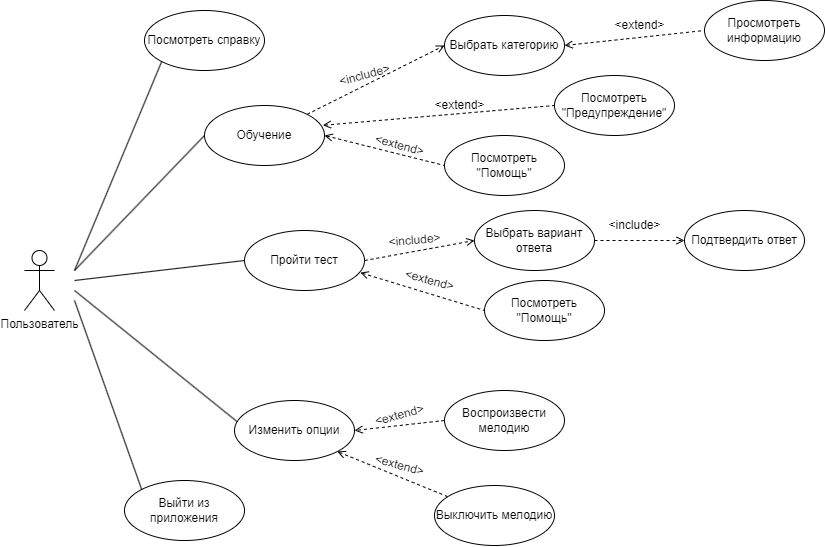
Angellina-Kot/First-aid keeps this draw.io diagram as ГЧ/ДВИ.png. Above is the earlier version. Source tidied: cells renumbered, new cells last; positions are measured from the earlier drawing's top-left corner, leaving out a move shared by most shapes.
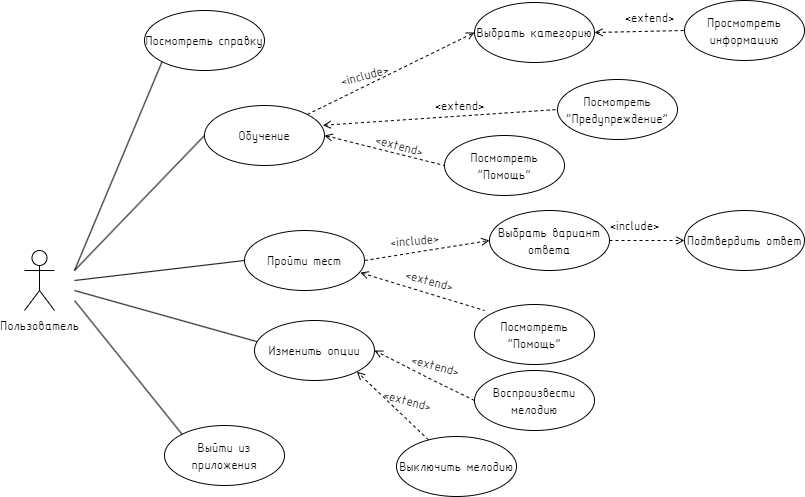
Later version of the same file.

Diff of the diagram source:
```diff
@@ -2,131 +2,135 @@
   <root>
     <mxCell id="0" />
     <mxCell id="1" parent="0" />
-    <mxCell id="2" style="rounded=0;jettySize=auto;html=1;endArrow=none;endFill=0;entryX=0;entryY=0.5;entryDx=0;entryDy=0;" parent="1" edge="1" target="8">
+    <mxCell id="2" style="rounded=0;jettySize=auto;html=1;endArrow=none;endFill=0;entryX=0;entryY=0.5;entryDx=0;entryDy=0;fontFamily=Isocpeur;strokeWidth=1;fontSize=14;" parent="1" edge="1" target="8">
       <mxGeometry relative="1" as="geometry">
         <mxPoint x="50" y="270" as="sourcePoint" />
       </mxGeometry>
     </mxCell>
-    <mxCell id="3" value="Пользователь" style="shape=umlActor;verticalLabelPosition=bottom;verticalAlign=top;html=1;" parent="1" vertex="1">
+    <mxCell id="3" value="Пользователь" style="shape=umlActor;verticalLabelPosition=bottom;verticalAlign=top;html=1;fontFamily=Isocpeur;strokeWidth=1;fontSize=14;" parent="1" vertex="1">
       <mxGeometry y="250" width="30" height="60" as="geometry" />
     </mxCell>
-    <mxCell id="4" value="Пройти тест" style="ellipse;whiteSpace=wrap;html=1;" parent="1" vertex="1">
+    <mxCell id="4" value="Пройти тест" style="ellipse;whiteSpace=wrap;html=1;fontFamily=Isocpeur;strokeWidth=1;fontSize=14;" parent="1" vertex="1">
       <mxGeometry x="220" y="230" width="120" height="60" as="geometry" />
     </mxCell>
-    <mxCell id="5" value="Изменить опции" style="ellipse;whiteSpace=wrap;html=1;" parent="1" vertex="1">
-      <mxGeometry x="210" y="400" width="120" height="60" as="geometry" />
+    <mxCell id="5" value="Изменить опции" style="ellipse;whiteSpace=wrap;html=1;fontFamily=Isocpeur;strokeWidth=1;fontSize=14;" parent="1" vertex="1">
+      <mxGeometry x="230" y="320" width="120" height="60" as="geometry" />
     </mxCell>
-    <mxCell id="6" value="Выйти из приложения" style="ellipse;whiteSpace=wrap;html=1;" parent="1" vertex="1">
-      <mxGeometry x="100" y="480" width="120" height="60" as="geometry" />
+    <mxCell id="6" value="Выйти из приложения" style="ellipse;whiteSpace=wrap;html=1;fontFamily=Isocpeur;strokeWidth=1;fontSize=14;" parent="1" vertex="1">
+      <mxGeometry x="140" y="425" width="120" height="60" as="geometry" />
     </mxCell>
-    <mxCell id="7" style="rounded=0;jettySize=auto;html=1;entryX=0;entryY=0.5;entryDx=0;entryDy=0;dashed=1;endArrow=open;endFill=0;" parent="1" edge="1" source="8" target="12">
+    <mxCell id="7" style="rounded=0;jettySize=auto;html=1;entryX=0;entryY=0.5;entryDx=0;entryDy=0;dashed=1;endArrow=open;endFill=0;fontFamily=Isocpeur;strokeWidth=1;fontSize=14;" parent="1" edge="1" source="8" target="12">
       <mxGeometry relative="1" as="geometry" />
     </mxCell>
-    <mxCell id="8" value="Обучение" style="ellipse;whiteSpace=wrap;html=1;" parent="1" vertex="1">
+    <mxCell id="8" value="Обучение" style="ellipse;whiteSpace=wrap;html=1;fontFamily=Isocpeur;strokeWidth=1;fontSize=14;" parent="1" vertex="1">
       <mxGeometry x="180" y="105" width="120" height="60" as="geometry" />
     </mxCell>
-    <mxCell id="9" style="rounded=0;jettySize=auto;html=1;endArrow=none;endFill=0;entryX=0;entryY=0.5;entryDx=0;entryDy=0;" parent="1" edge="1" target="4">
+    <mxCell id="9" style="rounded=0;jettySize=auto;html=1;endArrow=none;endFill=0;entryX=0;entryY=0.5;entryDx=0;entryDy=0;fontFamily=Isocpeur;strokeWidth=1;fontSize=14;" parent="1" edge="1" target="4">
       <mxGeometry relative="1" as="geometry">
         <mxPoint x="50" y="280" as="sourcePoint" />
       </mxGeometry>
     </mxCell>
-    <mxCell id="10" style="rounded=0;jettySize=auto;html=1;endArrow=none;endFill=0;entryX=0.022;entryY=0.353;entryDx=0;entryDy=0;entryPerimeter=0;" parent="1" edge="1" target="5">
+    <mxCell id="10" style="rounded=0;jettySize=auto;html=1;endArrow=none;endFill=0;entryX=0.022;entryY=0.353;entryDx=0;entryDy=0;entryPerimeter=0;fontFamily=Isocpeur;strokeWidth=1;fontSize=14;" parent="1" edge="1" target="5">
       <mxGeometry relative="1" as="geometry">
         <mxPoint x="50" y="290" as="sourcePoint" />
       </mxGeometry>
     </mxCell>
-    <mxCell id="11" style="rounded=0;jettySize=auto;html=1;endArrow=none;endFill=0;entryX=0;entryY=0;entryDx=0;entryDy=0;" parent="1" edge="1" target="6">
+    <mxCell id="11" style="rounded=0;jettySize=auto;html=1;endArrow=none;endFill=0;entryX=0;entryY=0;entryDx=0;entryDy=0;fontFamily=Isocpeur;strokeWidth=1;fontSize=14;" parent="1" edge="1" target="6">
       <mxGeometry relative="1" as="geometry">
         <mxPoint x="50" y="300" as="sourcePoint" />
       </mxGeometry>
     </mxCell>
-    <mxCell id="12" value="Выбрать категорию" style="ellipse;whiteSpace=wrap;html=1;" parent="1" vertex="1">
-      <mxGeometry x="420" y="15" width="120" height="60" as="geometry" />
+    <mxCell id="12" value="Выбрать категорию" style="ellipse;whiteSpace=wrap;html=1;fontFamily=Isocpeur;strokeWidth=1;fontSize=14;" parent="1" vertex="1">
+      <mxGeometry x="450" y="2" width="120" height="60" as="geometry" />
     </mxCell>
-    <mxCell id="13" value="&amp;lt;include&amp;gt;" style="text;html=1;align=center;verticalAlign=middle;strokeColor=none;fillColor=none;rotation=-15;" parent="1" vertex="1">
-      <mxGeometry x="300" y="60" width="80" height="30" as="geometry" />
+    <mxCell id="13" value="&amp;lt;include&amp;gt;" style="text;html=1;align=center;verticalAlign=middle;strokeColor=none;fillColor=none;rotation=-15;fontFamily=Isocpeur;strokeWidth=1;fontSize=14;" parent="1" vertex="1">
+      <mxGeometry x="305" y="60" width="70" height="30" as="geometry" />
     </mxCell>
-    <mxCell id="14" value="&amp;lt;extend&amp;gt;" style="text;html=1;align=center;verticalAlign=middle;strokeColor=none;fillColor=none;rotation=15;" parent="1" vertex="1">
+    <mxCell id="14" value="&amp;lt;extend&amp;gt;" style="text;html=1;align=center;verticalAlign=middle;strokeColor=none;fillColor=none;rotation=15;fontFamily=Isocpeur;strokeWidth=1;fontSize=14;" parent="1" vertex="1">
       <mxGeometry x="340" y="130" width="70" height="30" as="geometry" />
     </mxCell>
-    <mxCell id="15" style="rounded=0;jettySize=auto;html=1;entryX=0;entryY=0.5;entryDx=0;entryDy=0;dashed=1;endArrow=none;endFill=0;exitX=1;exitY=0.5;exitDx=0;exitDy=0;startArrow=open;startFill=0;" parent="1" edge="1" source="8" target="31">
+    <mxCell id="15" style="rounded=0;jettySize=auto;html=1;entryX=0;entryY=0.5;entryDx=0;entryDy=0;dashed=1;endArrow=none;endFill=0;exitX=1;exitY=0.5;exitDx=0;exitDy=0;startArrow=open;startFill=0;fontFamily=Isocpeur;strokeWidth=1;fontSize=14;" parent="1" edge="1" source="8" target="31">
       <mxGeometry relative="1" as="geometry" />
     </mxCell>
-    <mxCell id="16" value="Воспроизвести мелодию" style="ellipse;whiteSpace=wrap;html=1;" parent="1" vertex="1">
-      <mxGeometry x="420" y="390" width="120" height="60" as="geometry" />
+    <mxCell id="16" value="Воспроизвести мелодию" style="ellipse;whiteSpace=wrap;html=1;fontFamily=Isocpeur;strokeWidth=1;fontSize=14;" parent="1" vertex="1">
+      <mxGeometry x="450" y="370" width="120" height="60" as="geometry" />
     </mxCell>
-    <mxCell id="17" style="rounded=0;jettySize=auto;html=1;entryX=1;entryY=1;entryDx=0;entryDy=0;dashed=1;startArrow=none;startFill=0;endArrow=open;endFill=0;" parent="1" edge="1" source="18" target="5">
+    <mxCell id="17" style="rounded=0;jettySize=auto;html=1;entryX=1;entryY=1;entryDx=0;entryDy=0;dashed=1;startArrow=none;startFill=0;endArrow=open;endFill=0;fontFamily=Isocpeur;strokeWidth=1;fontSize=14;" parent="1" edge="1" source="18" target="5">
       <mxGeometry relative="1" as="geometry" />
     </mxCell>
-    <mxCell id="18" value="Выключить мелодию" style="ellipse;whiteSpace=wrap;html=1;" parent="1" vertex="1">
-      <mxGeometry x="410" y="485" width="120" height="60" as="geometry" />
+    <mxCell id="18" value="Выключить мелодию" style="ellipse;whiteSpace=wrap;html=1;fontFamily=Isocpeur;strokeWidth=1;fontSize=14;" parent="1" vertex="1">
+      <mxGeometry x="372" y="436" width="120" height="60" as="geometry" />
     </mxCell>
-    <mxCell id="19" value="&amp;lt;extend&amp;gt;" style="text;html=1;align=center;verticalAlign=middle;strokeColor=none;fillColor=none;rotation=15;" parent="1" vertex="1">
-      <mxGeometry x="340" y="450" width="70" height="30" as="geometry" />
+    <mxCell id="19" value="&amp;lt;extend&amp;gt;" style="text;html=1;align=center;verticalAlign=middle;strokeColor=none;fillColor=none;rotation=15;fontFamily=Isocpeur;strokeWidth=1;fontSize=14;" parent="1" vertex="1">
+      <mxGeometry x="376" y="350" width="70" height="30" as="geometry" />
     </mxCell>
-    <mxCell id="20" style="rounded=0;jettySize=auto;html=1;entryX=1;entryY=0.5;entryDx=0;entryDy=0;dashed=1;exitX=0;exitY=0.5;exitDx=0;exitDy=0;startArrow=none;startFill=0;endArrow=open;endFill=0;" parent="1" edge="1" source="16" target="5">
-      <mxGeometry relative="1" as="geometry" />
-    </mxCell>
-    <mxCell id="21" value="&amp;lt;extend&amp;gt;" style="text;html=1;align=center;verticalAlign=middle;strokeColor=none;fillColor=none;rotation=-15;" parent="1" vertex="1">
-      <mxGeometry x="340" y="400" width="70" height="30" as="geometry" />
-    </mxCell>
-    <mxCell id="22" style="rounded=0;jettySize=auto;html=1;entryX=0;entryY=0.5;entryDx=0;entryDy=0;dashed=1;endArrow=open;endFill=0;exitX=1;exitY=0.5;exitDx=0;exitDy=0;" parent="1" edge="1" source="4" target="23">
+    <mxCell id="22" style="rounded=0;jettySize=auto;html=1;entryX=0;entryY=0.5;entryDx=0;entryDy=0;dashed=1;endArrow=open;endFill=0;exitX=1;exitY=0.5;exitDx=0;exitDy=0;fontFamily=Isocpeur;strokeWidth=1;fontSize=14;" parent="1" edge="1" source="4" target="23">
       <mxGeometry relative="1" as="geometry" />
     </mxCell>
-    <mxCell id="23" value="Выбрать вариант ответа" style="ellipse;whiteSpace=wrap;html=1;" parent="1" vertex="1">
-      <mxGeometry x="450" y="210" width="120" height="60" as="geometry" />
+    <mxCell id="23" value="Выбрать вариант ответа" style="ellipse;whiteSpace=wrap;html=1;fontFamily=Isocpeur;strokeWidth=1;fontSize=14;" parent="1" vertex="1">
+      <mxGeometry x="465" y="210" width="120" height="60" as="geometry" />
     </mxCell>
-    <mxCell id="24" value="&amp;lt;include&amp;gt;" style="text;html=1;align=center;verticalAlign=middle;strokeColor=none;fillColor=none;rotation=-5;" parent="1" vertex="1">
-      <mxGeometry x="350" y="225" width="80" height="30" as="geometry" />
+    <mxCell id="24" value="&amp;lt;include&amp;gt;" style="text;html=1;align=center;verticalAlign=middle;strokeColor=none;fillColor=none;rotation=-5;fontFamily=Isocpeur;strokeWidth=1;fontSize=14;" parent="1" vertex="1">
+      <mxGeometry x="355" y="225" width="70" height="30" as="geometry" />
     </mxCell>
-    <mxCell id="25" value="Подтвердить ответ" style="ellipse;whiteSpace=wrap;html=1;" parent="1" vertex="1">
+    <mxCell id="25" value="Подтвердить ответ" style="ellipse;whiteSpace=wrap;html=1;fontFamily=Isocpeur;strokeWidth=1;fontSize=14;" parent="1" vertex="1">
       <mxGeometry x="660" y="210" width="120" height="60" as="geometry" />
     </mxCell>
-    <mxCell id="26" style="rounded=0;jettySize=auto;html=1;entryX=0;entryY=0.5;entryDx=0;entryDy=0;dashed=1;endArrow=open;endFill=0;exitX=1;exitY=0.5;exitDx=0;exitDy=0;" parent="1" edge="1" source="23" target="25">
+    <mxCell id="26" style="rounded=0;jettySize=auto;html=1;entryX=0;entryY=0.5;entryDx=0;entryDy=0;dashed=1;endArrow=open;endFill=0;exitX=1;exitY=0.5;exitDx=0;exitDy=0;fontFamily=Isocpeur;strokeWidth=1;fontSize=14;" parent="1" edge="1" source="23" target="25">
       <mxGeometry relative="1" as="geometry" />
     </mxCell>
-    <mxCell id="27" value="&amp;lt;include&amp;gt;" style="text;html=1;align=center;verticalAlign=middle;strokeColor=none;fillColor=none;rotation=0;" parent="1" vertex="1">
-      <mxGeometry x="570" y="210" width="80" height="30" as="geometry" />
+    <mxCell id="27" value="&amp;lt;include&amp;gt;" style="text;html=1;align=center;verticalAlign=middle;strokeColor=none;fillColor=none;rotation=0;fontFamily=Isocpeur;strokeWidth=1;fontSize=14;" parent="1" vertex="1">
+      <mxGeometry x="575" y="210" width="70" height="30" as="geometry" />
     </mxCell>
-    <mxCell id="28" value="Посмотреть &quot;Помощь&quot;" style="ellipse;whiteSpace=wrap;html=1;" parent="1" vertex="1">
-      <mxGeometry x="460" y="280" width="120" height="60" as="geometry" />
+    <mxCell id="28" value="Посмотреть &quot;Помощь&quot;" style="ellipse;whiteSpace=wrap;html=1;fontFamily=Isocpeur;strokeWidth=1;fontSize=14;" parent="1" vertex="1">
+      <mxGeometry x="450" y="304" width="120" height="60" as="geometry" />
     </mxCell>
-    <mxCell id="29" style="rounded=0;jettySize=auto;html=1;entryX=0;entryY=0.5;entryDx=0;entryDy=0;dashed=1;endArrow=none;endFill=0;exitX=0.965;exitY=0.703;exitDx=0;exitDy=0;exitPerimeter=0;startArrow=open;startFill=0;" parent="1" edge="1" source="4">
+    <mxCell id="29" style="rounded=0;jettySize=auto;html=1;entryX=0;entryY=0.5;entryDx=0;entryDy=0;dashed=1;endArrow=none;endFill=0;exitX=0.965;exitY=0.703;exitDx=0;exitDy=0;exitPerimeter=0;startArrow=open;startFill=0;fontFamily=Isocpeur;strokeWidth=1;fontSize=14;" parent="1" edge="1" source="4">
       <mxGeometry relative="1" as="geometry">
         <mxPoint x="460" y="310" as="targetPoint" />
       </mxGeometry>
     </mxCell>
-    <mxCell id="30" value="&amp;lt;extend&amp;gt;" style="text;html=1;align=center;verticalAlign=middle;strokeColor=none;fillColor=none;rotation=15;" parent="1" vertex="1">
+    <mxCell id="30" value="&amp;lt;extend&amp;gt;" style="text;html=1;align=center;verticalAlign=middle;strokeColor=none;fillColor=none;rotation=15;fontFamily=Isocpeur;strokeWidth=1;fontSize=14;" parent="1" vertex="1">
       <mxGeometry x="370" y="265" width="70" height="30" as="geometry" />
     </mxCell>
-    <mxCell id="31" value="Посмотреть &quot;Помощь&quot;" style="ellipse;whiteSpace=wrap;html=1;" parent="1" vertex="1">
+    <mxCell id="31" value="Посмотреть &quot;Помощь&quot;" style="ellipse;whiteSpace=wrap;html=1;fontFamily=Isocpeur;strokeWidth=1;fontSize=14;" parent="1" vertex="1">
       <mxGeometry x="420" y="135" width="120" height="60" as="geometry" />
     </mxCell>
-    <mxCell id="32" value="Посмотреть &quot;Предупреждение&quot;" style="ellipse;whiteSpace=wrap;html=1;" parent="1" vertex="1">
-      <mxGeometry x="530" y="75" width="120" height="60" as="geometry" />
+    <mxCell id="32" value="Посмотреть &quot;Предупреждение&quot;" style="ellipse;whiteSpace=wrap;html=1;fontFamily=Isocpeur;strokeWidth=1;fontSize=14;" parent="1" vertex="1">
+      <mxGeometry x="533" y="79" width="120" height="60" as="geometry" />
     </mxCell>
-    <mxCell id="33" style="rounded=0;jettySize=auto;html=1;entryX=0;entryY=0.5;entryDx=0;entryDy=0;dashed=1;endArrow=none;endFill=0;exitX=0.986;exitY=0.33;exitDx=0;exitDy=0;startArrow=open;startFill=0;exitPerimeter=0;" parent="1" edge="1" source="8" target="32">
+    <mxCell id="33" style="rounded=0;jettySize=auto;html=1;entryX=0;entryY=0.5;entryDx=0;entryDy=0;dashed=1;endArrow=none;endFill=0;exitX=0.986;exitY=0.33;exitDx=0;exitDy=0;startArrow=open;startFill=0;exitPerimeter=0;fontFamily=Isocpeur;strokeWidth=1;fontSize=14;" parent="1" edge="1" source="8" target="32">
       <mxGeometry relative="1" as="geometry" />
     </mxCell>
-    <mxCell id="34" value="&amp;lt;extend&amp;gt;" style="text;html=1;align=center;verticalAlign=middle;strokeColor=none;fillColor=none;rotation=0;" parent="1" vertex="1">
+    <mxCell id="34" value="&amp;lt;extend&amp;gt;" style="text;html=1;align=center;verticalAlign=middle;strokeColor=none;fillColor=none;rotation=0;fontFamily=Isocpeur;strokeWidth=1;fontSize=14;" parent="1" vertex="1">
       <mxGeometry x="400" y="90" width="70" height="30" as="geometry" />
     </mxCell>
-    <mxCell id="35" value="Просмотреть информацию" style="ellipse;whiteSpace=wrap;html=1;" parent="1" vertex="1">
-      <mxGeometry x="680" width="120" height="60" as="geometry" />
+    <mxCell id="35" value="Просмотреть информацию" style="ellipse;whiteSpace=wrap;html=1;fontFamily=Isocpeur;strokeWidth=1;fontSize=14;" parent="1" vertex="1">
+      <mxGeometry x="660" width="120" height="60" as="geometry" />
     </mxCell>
-    <mxCell id="36" style="rounded=0;jettySize=auto;html=1;entryX=0;entryY=0.5;entryDx=0;entryDy=0;dashed=1;endArrow=none;endFill=0;exitX=1;exitY=0.5;exitDx=0;exitDy=0;startArrow=open;startFill=0;" parent="1" edge="1" source="12" target="35">
+    <mxCell id="36" style="rounded=0;jettySize=auto;html=1;entryX=0;entryY=0.5;entryDx=0;entryDy=0;dashed=1;endArrow=none;endFill=0;exitX=1;exitY=0.5;exitDx=0;exitDy=0;startArrow=open;startFill=0;fontFamily=Isocpeur;strokeWidth=1;fontSize=14;" parent="1" edge="1" source="12" target="35">
       <mxGeometry relative="1" as="geometry" />
     </mxCell>
-    <mxCell id="37" value="&amp;lt;extend&amp;gt;" style="text;html=1;align=center;verticalAlign=middle;strokeColor=none;fillColor=none;rotation=0;" parent="1" vertex="1">
-      <mxGeometry x="580" y="10" width="70" height="30" as="geometry" />
+    <mxCell id="37" value="&amp;lt;extend&amp;gt;" style="text;html=1;align=center;verticalAlign=middle;strokeColor=none;fillColor=none;rotation=0;fontFamily=Isocpeur;strokeWidth=1;fontSize=14;" parent="1" vertex="1">
+      <mxGeometry x="590" y="2" width="70" height="30" as="geometry" />
     </mxCell>
-    <mxCell id="38" value="Посмотреть справку" style="ellipse;whiteSpace=wrap;html=1;" parent="1" vertex="1">
+    <mxCell id="38" value="Посмотреть справку" style="ellipse;whiteSpace=wrap;html=1;fontFamily=Isocpeur;strokeWidth=1;fontSize=14;" parent="1" vertex="1">
       <mxGeometry x="120" y="10" width="120" height="60" as="geometry" />
     </mxCell>
-    <mxCell id="39" style="rounded=0;jettySize=auto;html=1;endArrow=none;endFill=0;entryX=0;entryY=1;entryDx=0;entryDy=0;" parent="1" edge="1" target="38">
+    <mxCell id="39" style="rounded=0;jettySize=auto;html=1;endArrow=none;endFill=0;entryX=0;entryY=1;entryDx=0;entryDy=0;fontFamily=Isocpeur;strokeWidth=1;fontSize=14;" parent="1" edge="1" target="38">
       <mxGeometry relative="1" as="geometry">
         <mxPoint x="50" y="270" as="sourcePoint" />
       </mxGeometry>
     </mxCell>
+    <mxCell id="20" style="rounded=0;jettySize=auto;html=1;entryX=1;entryY=0.5;entryDx=0;entryDy=0;dashed=1;exitX=0;exitY=0.5;exitDx=0;exitDy=0;startArrow=none;startFill=0;endArrow=open;endFill=0;fontFamily=Isocpeur;strokeWidth=1;fontSize=14;" parent="1" edge="1" source="16" target="5">
+      <mxGeometry relative="1" as="geometry">
+        <Array as="points">
+          <mxPoint x="409" y="380" />
+        </Array>
+      </mxGeometry>
+    </mxCell>
+    <mxCell id="21" value="&amp;lt;extend&amp;gt;" style="text;html=1;align=center;verticalAlign=middle;strokeColor=none;fillColor=none;rotation=15;fontFamily=Isocpeur;strokeWidth=1;fontSize=14;" parent="1" vertex="1">
+      <mxGeometry x="348" y="385" width="70" height="30" as="geometry" />
+    </mxCell>
   </root>
 </mxGraphModel>
```
